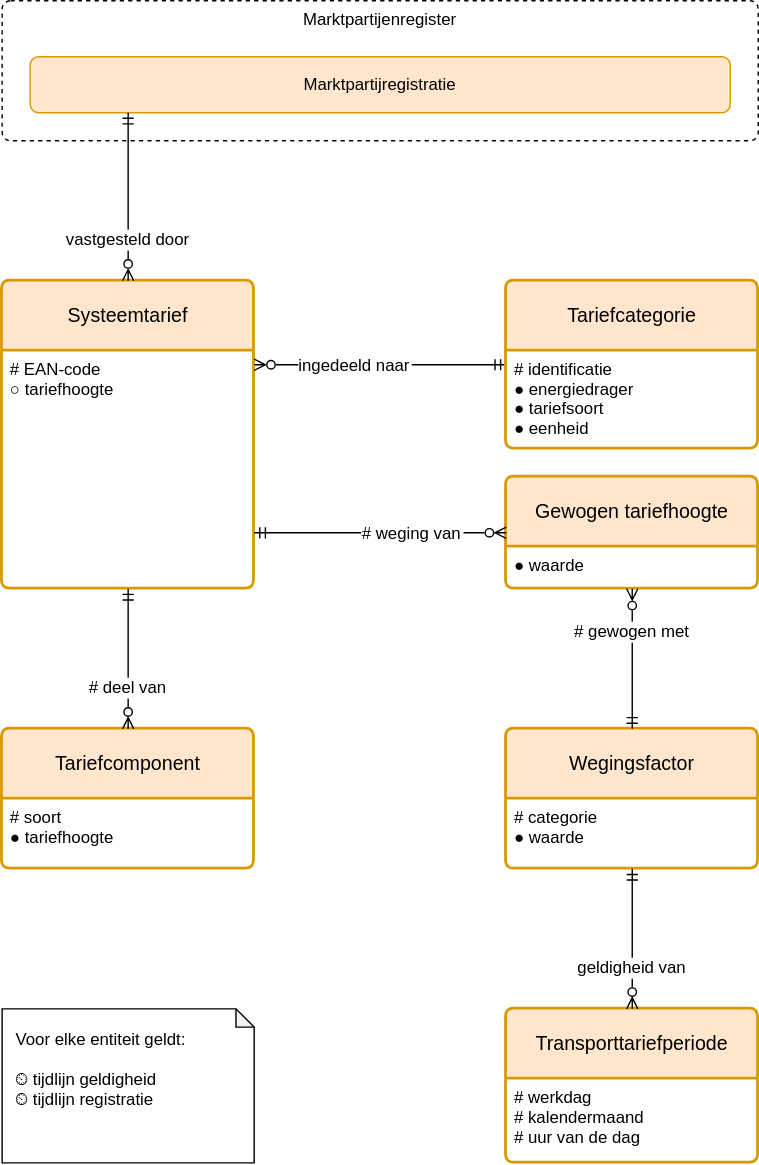
The draw.io diagram registers/tarievenregister/2.0/tarievenregister.drawio.svg in netbeheernederland/stelsel, before a commit. Source tidied: cells renumbered, new cells last; positions are measured from the earlier drawing's top-left corner, leaving out a move shared by most shapes. Source of this version:
```xml
<mxGraphModel>
  <root>
    <mxCell id="0" />
    <mxCell id="1" parent="0" />
    <mxCell id="2" value="Gewogen tariefhoogte" style="swimlane;horizontal=1;startSize=50;rounded=1;fontSize=14;fontStyle=0;strokeWidth=2;shadow=0;dashed=0;align=center;fillColor=#ffe6cc;strokeColor=#d79b00;arcSize=4;whiteSpace=wrap;spacing=10;" parent="1" vertex="1">
      <mxGeometry x="360" y="340" width="180" height="80" as="geometry" />
    </mxCell>
    <mxCell id="3" value="● waarde" style="align=left;strokeColor=none;fillColor=none;spacingLeft=4;fontSize=12;verticalAlign=top;" parent="2" vertex="1">
      <mxGeometry y="50" width="180" height="30" as="geometry" />
    </mxCell>
    <mxCell id="4" value="Systeemtarief" style="swimlane;horizontal=1;startSize=50;rounded=1;fontSize=14;fontStyle=0;strokeWidth=2;shadow=0;dashed=0;align=center;fillColor=#ffe6cc;strokeColor=#d79b00;arcSize=4;whiteSpace=wrap;spacing=10;" parent="1" vertex="1">
      <mxGeometry y="200" width="180" height="220" as="geometry" />
    </mxCell>
    <mxCell id="5" value="# EAN-code&#10;○ tariefhoogte" style="align=left;strokeColor=none;fillColor=none;spacingLeft=4;fontSize=12;verticalAlign=top;" parent="4" vertex="1">
      <mxGeometry y="50" width="180" height="170" as="geometry" />
    </mxCell>
    <mxCell id="6" value="ingedeeld naar" style="fontSize=12;endArrow=ERmandOne;startArrow=ERzeroToMany;rounded=0;startFill=0;endFill=0;verticalAlign=middle;strokeColor=default;labelBackgroundColor=default;fontColor=default;align=left;edgeStyle=elbowEdgeStyle;elbow=vertical;" parent="1" edge="1" source="4" target="10">
      <mxGeometry x="-0.67" relative="1" as="geometry" />
    </mxCell>
    <mxCell id="7" value="Marktpartijenregister" style="rounded=1;whiteSpace=wrap;verticalAlign=top;sketch=0;fontSize=12;dashed=1;arcSize=12;absoluteArcSize=1;" parent="1" vertex="1">
      <mxGeometry width="540" height="100" as="geometry" />
    </mxCell>
    <mxCell id="8" value="Marktpartijregistratie" style="rounded=1;arcSize=12;whiteSpace=wrap;align=center;fillColor=#ffe6cc;strokeColor=#d79b00;absoluteArcSize=1;horizontal=1;" parent="1" vertex="1">
      <mxGeometry x="20" y="40" width="500" height="40" as="geometry" />
    </mxCell>
    <mxCell id="9" value="vastgesteld door" style="fontSize=12;endArrow=ERmandOne;startArrow=ERzeroToMany;rounded=0;startFill=0;endFill=0;verticalAlign=middle;strokeColor=default;labelBackgroundColor=default;fontColor=default;align=center;edgeStyle=elbowEdgeStyle;exitX=0.5;exitY=0;exitDx=0;exitDy=0;" parent="1" edge="1" source="4" target="8">
      <mxGeometry x="-0.5" relative="1" as="geometry" />
    </mxCell>
    <mxCell id="10" value="Tariefcategorie" style="swimlane;horizontal=1;startSize=50;rounded=1;fontSize=14;fontStyle=0;strokeWidth=2;shadow=0;dashed=0;align=center;fillColor=#ffe6cc;strokeColor=#d79b00;arcSize=4;whiteSpace=wrap;spacing=10;" parent="1" vertex="1">
      <mxGeometry x="360" y="200" width="180" height="120" as="geometry" />
    </mxCell>
    <mxCell id="11" value="# identificatie&#10;● energiedrager&#10;● tariefsoort&#10;● eenheid" style="align=left;strokeColor=none;fillColor=none;spacingLeft=4;fontSize=12;verticalAlign=top;" parent="10" vertex="1">
      <mxGeometry y="50" width="180" height="70" as="geometry" />
    </mxCell>
    <mxCell id="12" value="Voor elke entiteit geldt:&#10;&#10;⏲ tijdlijn geldigheid&#10;⏲ tijdlijn registratie" style="shape=note;whiteSpace=wrap;backgroundOutline=1;darkOpacity=0.05;align=left;size=13;spacing=10;verticalAlign=top;" parent="1" vertex="1">
      <mxGeometry y="720" width="180" height="110" as="geometry" />
    </mxCell>
    <mxCell id="13" value="Tariefcomponent" style="swimlane;horizontal=1;startSize=50;rounded=1;fontSize=14;fontStyle=0;strokeWidth=2;shadow=0;dashed=0;align=center;fillColor=#ffe6cc;strokeColor=#d79b00;arcSize=4;whiteSpace=wrap;spacing=10;" parent="1" vertex="1">
      <mxGeometry y="520" width="180" height="100" as="geometry" />
    </mxCell>
    <mxCell id="14" value="# soort&#10;● tariefhoogte" style="align=left;strokeColor=none;fillColor=none;spacingLeft=4;fontSize=12;verticalAlign=top;" parent="13" vertex="1">
      <mxGeometry y="50" width="180" height="50" as="geometry" />
    </mxCell>
    <mxCell id="15" value="# deel van" style="fontSize=12;endArrow=ERmandOne;startArrow=ERzeroToMany;rounded=0;startFill=0;endFill=0;verticalAlign=middle;strokeColor=default;labelBackgroundColor=default;fontColor=default;align=center;elbow=vertical;" parent="1" edge="1" source="13" target="4">
      <mxGeometry x="-0.4" relative="1" as="geometry" />
    </mxCell>
    <mxCell id="16" value="Wegingsfactor" style="swimlane;horizontal=1;startSize=50;rounded=1;fontSize=14;fontStyle=0;strokeWidth=2;shadow=0;dashed=0;align=center;fillColor=#ffe6cc;strokeColor=#d79b00;arcSize=4;whiteSpace=wrap;spacing=10;" parent="1" vertex="1">
      <mxGeometry x="360" y="520" width="180" height="100" as="geometry" />
    </mxCell>
    <mxCell id="17" value="# categorie&#10;● waarde" style="align=left;strokeColor=none;fillColor=none;spacingLeft=4;fontSize=12;verticalAlign=top;" parent="16" vertex="1">
      <mxGeometry y="50" width="180" height="50" as="geometry" />
    </mxCell>
    <mxCell id="18" value="Transporttariefperiode" style="swimlane;horizontal=1;startSize=50;rounded=1;fontSize=14;fontStyle=0;strokeWidth=2;shadow=0;dashed=0;align=center;fillColor=#ffe6cc;strokeColor=#d79b00;arcSize=4;whiteSpace=wrap;spacing=10;" parent="1" vertex="1">
      <mxGeometry x="360" y="720" width="180" height="110" as="geometry" />
    </mxCell>
    <mxCell id="19" value="# werkdag&#10;# kalendermaand&#10;# uur van de dag" style="align=left;strokeColor=none;fillColor=none;spacingLeft=4;fontSize=12;verticalAlign=top;" parent="18" vertex="1">
      <mxGeometry y="50" width="180" height="60" as="geometry" />
    </mxCell>
    <mxCell id="20" value="geldigheid van" style="fontSize=12;endArrow=ERmandOne;startArrow=ERzeroToMany;rounded=0;startFill=0;endFill=0;verticalAlign=middle;strokeColor=default;labelBackgroundColor=default;fontColor=default;align=center;" parent="1" edge="1" source="18" target="16">
      <mxGeometry x="-0.4" relative="1" as="geometry" />
    </mxCell>
    <mxCell id="21" value="# gewogen met" style="fontSize=12;endArrow=ERmandOne;startArrow=ERzeroToMany;rounded=0;startFill=0;endFill=0;verticalAlign=middle;strokeColor=default;labelBackgroundColor=default;fontColor=default;align=center;edgeStyle=elbowEdgeStyle;elbow=vertical;" parent="1" edge="1" source="2" target="16">
      <mxGeometry x="-0.4" relative="1" as="geometry" />
    </mxCell>
    <mxCell id="22" value="# weging van" style="fontSize=12;endArrow=ERmandOne;startArrow=ERzeroToMany;rounded=0;startFill=0;endFill=0;verticalAlign=middle;strokeColor=default;labelBackgroundColor=default;fontColor=default;align=right;edgeStyle=elbowEdgeStyle;elbow=vertical;" parent="1" edge="1" source="2" target="4">
      <mxGeometry x="-0.67" relative="1" as="geometry" />
    </mxCell>
  </root>
</mxGraphModel>
```
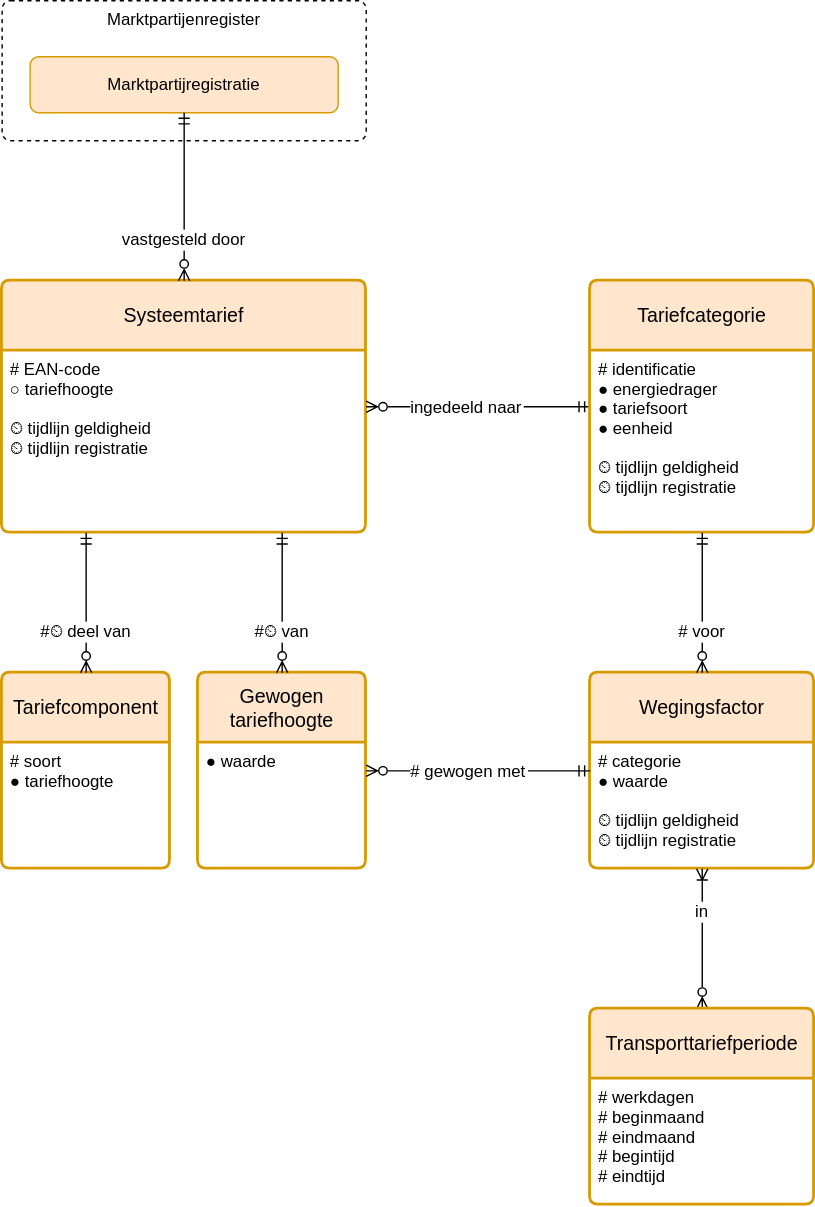
Later version of the same file.

Commit message:
n.a.v. vragen in mail

Diff of the diagram source:
```diff
@@ -3,67 +3,67 @@
     <mxCell id="0" />
     <mxCell id="1" parent="0" />
     <mxCell id="2" value="Gewogen tariefhoogte" style="swimlane;horizontal=1;startSize=50;rounded=1;fontSize=14;fontStyle=0;strokeWidth=2;shadow=0;dashed=0;align=center;fillColor=#ffe6cc;strokeColor=#d79b00;arcSize=4;whiteSpace=wrap;spacing=10;" parent="1" vertex="1">
-      <mxGeometry x="360" y="340" width="180" height="80" as="geometry" />
+      <mxGeometry x="140" y="480" width="120" height="140" as="geometry" />
     </mxCell>
     <mxCell id="3" value="● waarde" style="align=left;strokeColor=none;fillColor=none;spacingLeft=4;fontSize=12;verticalAlign=top;" parent="2" vertex="1">
-      <mxGeometry y="50" width="180" height="30" as="geometry" />
+      <mxGeometry y="50" width="120" height="90" as="geometry" />
     </mxCell>
     <mxCell id="4" value="Systeemtarief" style="swimlane;horizontal=1;startSize=50;rounded=1;fontSize=14;fontStyle=0;strokeWidth=2;shadow=0;dashed=0;align=center;fillColor=#ffe6cc;strokeColor=#d79b00;arcSize=4;whiteSpace=wrap;spacing=10;" parent="1" vertex="1">
-      <mxGeometry y="200" width="180" height="220" as="geometry" />
+      <mxGeometry y="200" width="260" height="180" as="geometry" />
     </mxCell>
-    <mxCell id="5" value="# EAN-code&#10;○ tariefhoogte" style="align=left;strokeColor=none;fillColor=none;spacingLeft=4;fontSize=12;verticalAlign=top;" parent="4" vertex="1">
-      <mxGeometry y="50" width="180" height="170" as="geometry" />
-    </mxCell>
+    <mxCell id="23" value="# EAN-code&#10;○ tariefhoogte&#10;&#10;⏲ tijdlijn geldigheid&#10;⏲ tijdlijn registratie" style="align=left;strokeColor=none;fillColor=none;spacingLeft=4;fontSize=12;verticalAlign=top;" parent="4" vertex="1">
+      <mxGeometry y="50" width="260" height="130" as="geometry" />
+    </mxCell>
-    <mxCell id="6" value="ingedeeld naar" style="fontSize=12;endArrow=ERmandOne;startArrow=ERzeroToMany;rounded=0;startFill=0;endFill=0;verticalAlign=middle;strokeColor=default;labelBackgroundColor=default;fontColor=default;align=left;edgeStyle=elbowEdgeStyle;elbow=vertical;" parent="1" edge="1" source="4" target="10">
-      <mxGeometry x="-0.67" relative="1" as="geometry" />
+    <mxCell id="6" value="ingedeeld naar" style="fontSize=12;endArrow=ERmandOne;startArrow=ERzeroToMany;rounded=0;startFill=0;endFill=0;verticalAlign=middle;strokeColor=default;labelBackgroundColor=default;fontColor=default;align=left;elbow=vertical;" parent="1" edge="1" source="4" target="10">
+      <mxGeometry x="-0.62" relative="1" as="geometry" />
     </mxCell>
     <mxCell id="7" value="Marktpartijenregister" style="rounded=1;whiteSpace=wrap;verticalAlign=top;sketch=0;fontSize=12;dashed=1;arcSize=12;absoluteArcSize=1;" parent="1" vertex="1">
-      <mxGeometry width="540" height="100" as="geometry" />
+      <mxGeometry width="260" height="100" as="geometry" />
     </mxCell>
     <mxCell id="8" value="Marktpartijregistratie" style="rounded=1;arcSize=12;whiteSpace=wrap;align=center;fillColor=#ffe6cc;strokeColor=#d79b00;absoluteArcSize=1;horizontal=1;" parent="1" vertex="1">
-      <mxGeometry x="20" y="40" width="500" height="40" as="geometry" />
+      <mxGeometry x="20" y="40" width="220" height="40" as="geometry" />
     </mxCell>
     <mxCell id="9" value="vastgesteld door" style="fontSize=12;endArrow=ERmandOne;startArrow=ERzeroToMany;rounded=0;startFill=0;endFill=0;verticalAlign=middle;strokeColor=default;labelBackgroundColor=default;fontColor=default;align=center;edgeStyle=elbowEdgeStyle;exitX=0.5;exitY=0;exitDx=0;exitDy=0;" parent="1" edge="1" source="4" target="8">
       <mxGeometry x="-0.5" relative="1" as="geometry" />
     </mxCell>
     <mxCell id="10" value="Tariefcategorie" style="swimlane;horizontal=1;startSize=50;rounded=1;fontSize=14;fontStyle=0;strokeWidth=2;shadow=0;dashed=0;align=center;fillColor=#ffe6cc;strokeColor=#d79b00;arcSize=4;whiteSpace=wrap;spacing=10;" parent="1" vertex="1">
-      <mxGeometry x="360" y="200" width="180" height="120" as="geometry" />
+      <mxGeometry x="420" y="200" width="160" height="180" as="geometry" />
     </mxCell>
-    <mxCell id="11" value="# identificatie&#10;● energiedrager&#10;● tariefsoort&#10;● eenheid" style="align=left;strokeColor=none;fillColor=none;spacingLeft=4;fontSize=12;verticalAlign=top;" parent="10" vertex="1">
-      <mxGeometry y="50" width="180" height="70" as="geometry" />
-    </mxCell>
-    <mxCell id="12" value="Voor elke entiteit geldt:&#10;&#10;⏲ tijdlijn geldigheid&#10;⏲ tijdlijn registratie" style="shape=note;whiteSpace=wrap;backgroundOutline=1;darkOpacity=0.05;align=left;size=13;spacing=10;verticalAlign=top;" parent="1" vertex="1">
-      <mxGeometry y="720" width="180" height="110" as="geometry" />
-    </mxCell>
+    <mxCell id="24" value="# identificatie&#10;● energiedrager&#10;● tariefsoort&#10;● eenheid&#10;&#10;⏲ tijdlijn geldigheid&#10;⏲ tijdlijn registratie" style="align=left;strokeColor=none;fillColor=none;spacingLeft=4;fontSize=12;verticalAlign=top;" parent="10" vertex="1">
+      <mxGeometry y="50" width="160" height="130" as="geometry" />
+    </mxCell>
     <mxCell id="13" value="Tariefcomponent" style="swimlane;horizontal=1;startSize=50;rounded=1;fontSize=14;fontStyle=0;strokeWidth=2;shadow=0;dashed=0;align=center;fillColor=#ffe6cc;strokeColor=#d79b00;arcSize=4;whiteSpace=wrap;spacing=10;" parent="1" vertex="1">
-      <mxGeometry y="520" width="180" height="100" as="geometry" />
+      <mxGeometry y="480" width="120" height="140" as="geometry" />
     </mxCell>
     <mxCell id="14" value="# soort&#10;● tariefhoogte" style="align=left;strokeColor=none;fillColor=none;spacingLeft=4;fontSize=12;verticalAlign=top;" parent="13" vertex="1">
-      <mxGeometry y="50" width="180" height="50" as="geometry" />
+      <mxGeometry y="50" width="120" height="90" as="geometry" />
     </mxCell>
-    <mxCell id="15" value="# deel van" style="fontSize=12;endArrow=ERmandOne;startArrow=ERzeroToMany;rounded=0;startFill=0;endFill=0;verticalAlign=middle;strokeColor=default;labelBackgroundColor=default;fontColor=default;align=center;elbow=vertical;" parent="1" edge="1" source="13" target="4">
+    <mxCell id="15" value="#⏲ deel van" style="fontSize=12;endArrow=ERmandOne;startArrow=ERzeroToMany;rounded=0;startFill=0;endFill=0;verticalAlign=middle;strokeColor=default;labelBackgroundColor=default;fontColor=default;align=center;edgeStyle=elbowEdgeStyle;" parent="1" edge="1" source="13" target="4">
       <mxGeometry x="-0.4" relative="1" as="geometry" />
     </mxCell>
     <mxCell id="16" value="Wegingsfactor" style="swimlane;horizontal=1;startSize=50;rounded=1;fontSize=14;fontStyle=0;strokeWidth=2;shadow=0;dashed=0;align=center;fillColor=#ffe6cc;strokeColor=#d79b00;arcSize=4;whiteSpace=wrap;spacing=10;" parent="1" vertex="1">
-      <mxGeometry x="360" y="520" width="180" height="100" as="geometry" />
+      <mxGeometry x="420" y="480" width="160" height="140" as="geometry" />
     </mxCell>
-    <mxCell id="17" value="# categorie&#10;● waarde" style="align=left;strokeColor=none;fillColor=none;spacingLeft=4;fontSize=12;verticalAlign=top;" parent="16" vertex="1">
-      <mxGeometry y="50" width="180" height="50" as="geometry" />
-    </mxCell>
-    <mxCell id="18" value="Transporttariefperiode" style="swimlane;horizontal=1;startSize=50;rounded=1;fontSize=14;fontStyle=0;strokeWidth=2;shadow=0;dashed=0;align=center;fillColor=#ffe6cc;strokeColor=#d79b00;arcSize=4;whiteSpace=wrap;spacing=10;" parent="1" vertex="1">
-      <mxGeometry x="360" y="720" width="180" height="110" as="geometry" />
-    </mxCell>
-    <mxCell id="19" value="# werkdag&#10;# kalendermaand&#10;# uur van de dag" style="align=left;strokeColor=none;fillColor=none;spacingLeft=4;fontSize=12;verticalAlign=top;" parent="18" vertex="1">
-      <mxGeometry y="50" width="180" height="60" as="geometry" />
-    </mxCell>
-    <mxCell id="20" value="geldigheid van" style="fontSize=12;endArrow=ERmandOne;startArrow=ERzeroToMany;rounded=0;startFill=0;endFill=0;verticalAlign=middle;strokeColor=default;labelBackgroundColor=default;fontColor=default;align=center;" parent="1" edge="1" source="18" target="16">
-      <mxGeometry x="-0.4" relative="1" as="geometry" />
-    </mxCell>
+    <mxCell id="25" value="# categorie&#10;● waarde&#10;&#10;⏲ tijdlijn geldigheid&#10;⏲ tijdlijn registratie" style="align=left;strokeColor=none;fillColor=none;spacingLeft=4;fontSize=12;verticalAlign=top;" parent="16" vertex="1">
+      <mxGeometry y="50" width="160" height="90" as="geometry" />
+    </mxCell>
+    <mxCell id="26" value="in" style="fontSize=12;endArrow=ERzeroToMany;startArrow=ERoneToMany;rounded=0;startFill=0;endFill=0;verticalAlign=middle;strokeColor=default;labelBackgroundColor=default;fontColor=default;align=center;edgeStyle=elbowEdgeStyle;" parent="1" edge="1" source="16" target="18">
+      <mxGeometry x="-0.4" relative="1" as="geometry" />
+    </mxCell>
-    <mxCell id="21" value="# gewogen met" style="fontSize=12;endArrow=ERmandOne;startArrow=ERzeroToMany;rounded=0;startFill=0;endFill=0;verticalAlign=middle;strokeColor=default;labelBackgroundColor=default;fontColor=default;align=center;edgeStyle=elbowEdgeStyle;elbow=vertical;" parent="1" edge="1" source="2" target="16">
-      <mxGeometry x="-0.4" relative="1" as="geometry" />
+    <mxCell id="21" value="# gewogen met" style="fontSize=12;endArrow=ERmandOne;startArrow=ERzeroToMany;rounded=0;startFill=0;endFill=0;verticalAlign=middle;strokeColor=default;labelBackgroundColor=default;fontColor=default;align=left;elbow=vertical;" parent="1" edge="1" source="2" target="16">
+      <mxGeometry x="-0.62" relative="1" as="geometry" />
     </mxCell>
-    <mxCell id="22" value="# weging van" style="fontSize=12;endArrow=ERmandOne;startArrow=ERzeroToMany;rounded=0;startFill=0;endFill=0;verticalAlign=middle;strokeColor=default;labelBackgroundColor=default;fontColor=default;align=right;edgeStyle=elbowEdgeStyle;elbow=vertical;" parent="1" edge="1" source="2" target="4">
-      <mxGeometry x="-0.67" relative="1" as="geometry" />
+    <mxCell id="22" value="#⏲ van" style="fontSize=12;endArrow=ERmandOne;startArrow=ERzeroToMany;rounded=0;startFill=0;endFill=0;verticalAlign=middle;strokeColor=default;labelBackgroundColor=default;fontColor=default;align=center;edgeStyle=elbowEdgeStyle;" parent="1" edge="1" source="2" target="4">
+      <mxGeometry x="-0.4" relative="1" as="geometry" />
     </mxCell>
+    <mxCell id="18" value="Transporttariefperiode" style="swimlane;horizontal=1;startSize=50;rounded=1;fontSize=14;fontStyle=0;strokeWidth=2;shadow=0;dashed=0;align=center;fillColor=#ffe6cc;strokeColor=#d79b00;arcSize=4;whiteSpace=wrap;spacing=10;" parent="1" vertex="1">
+      <mxGeometry x="420" y="720" width="160" height="140" as="geometry" />
+    </mxCell>
+    <mxCell id="27" value="# werkdagen&#10;# beginmaand&#10;# eindmaand&#10;# begintijd&#10;# eindtijd" style="align=left;strokeColor=none;fillColor=none;spacingLeft=4;fontSize=12;verticalAlign=top;" parent="18" vertex="1">
+      <mxGeometry y="50" width="160" height="90" as="geometry" />
+    </mxCell>
+    <mxCell id="28" value="# voor" style="fontSize=12;endArrow=ERmandOne;startArrow=ERzeroToMany;rounded=0;startFill=0;endFill=0;verticalAlign=middle;strokeColor=default;labelBackgroundColor=default;fontColor=default;align=center;edgeStyle=elbowEdgeStyle;elbow=vertical;" parent="1" edge="1" source="16" target="10">
+      <mxGeometry x="-0.4" relative="1" as="geometry" />
+    </mxCell>
   </root>
 </mxGraphModel>
```
